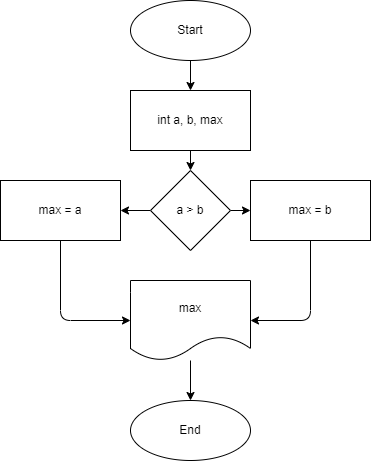
The draw.io diagram HW001/Task001.drawio.png in Cos125RUS/cs-homework-seminar01-hw01, before a commit. Source tidied: cells renumbered, new cells last; positions are measured from the earlier drawing's top-left corner, leaving out a move shared by most shapes.
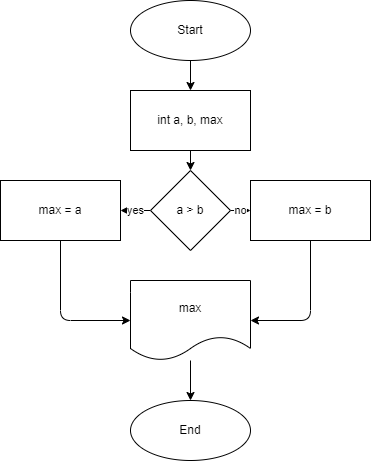
After the change.

The edit, as a diff of the source:
```diff
@@ -14,10 +14,10 @@
     <mxCell id="5" value="int a, b, max" style="whiteSpace=wrap;html=1;" parent="1" vertex="1">
       <mxGeometry x="130" y="90" width="120" height="60" as="geometry" />
     </mxCell>
-    <mxCell id="6" style="edgeStyle=none;html=1;" parent="1" edge="1" source="8" target="12">
+    <mxCell id="6" value="no" style="edgeStyle=none;html=1;" parent="1" edge="1" source="8" target="12">
       <mxGeometry relative="1" as="geometry" />
     </mxCell>
-    <mxCell id="7" style="edgeStyle=none;html=1;entryX=1;entryY=0.5;entryDx=0;entryDy=0;" parent="1" edge="1" source="8" target="10">
+    <mxCell id="7" value="yes" style="edgeStyle=none;html=1;entryX=1;entryY=0.5;entryDx=0;entryDy=0;" parent="1" edge="1" source="8" target="10">
       <mxGeometry relative="1" as="geometry" />
     </mxCell>
     <mxCell id="8" value="a &amp;gt; b" style="rhombus;whiteSpace=wrap;html=1;" parent="1" vertex="1">
```
